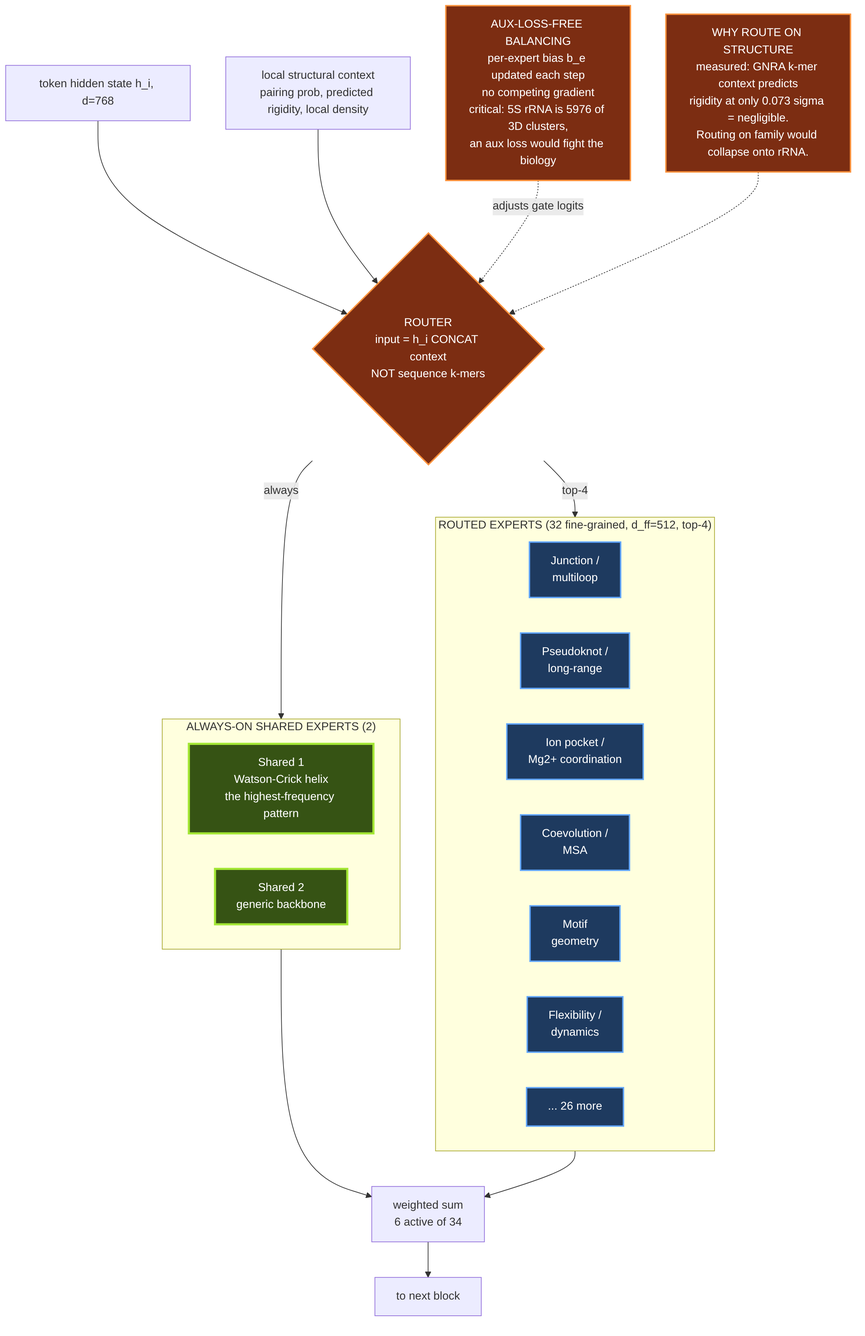
Earlier version of the Mermaid export research/architecture/diagrams/rendered/03-moe-routing.png (E-Motioner-X-SBS/sbs-rna). Its source is kept beside it as research/architecture/diagrams/03-moe-routing.mmd.
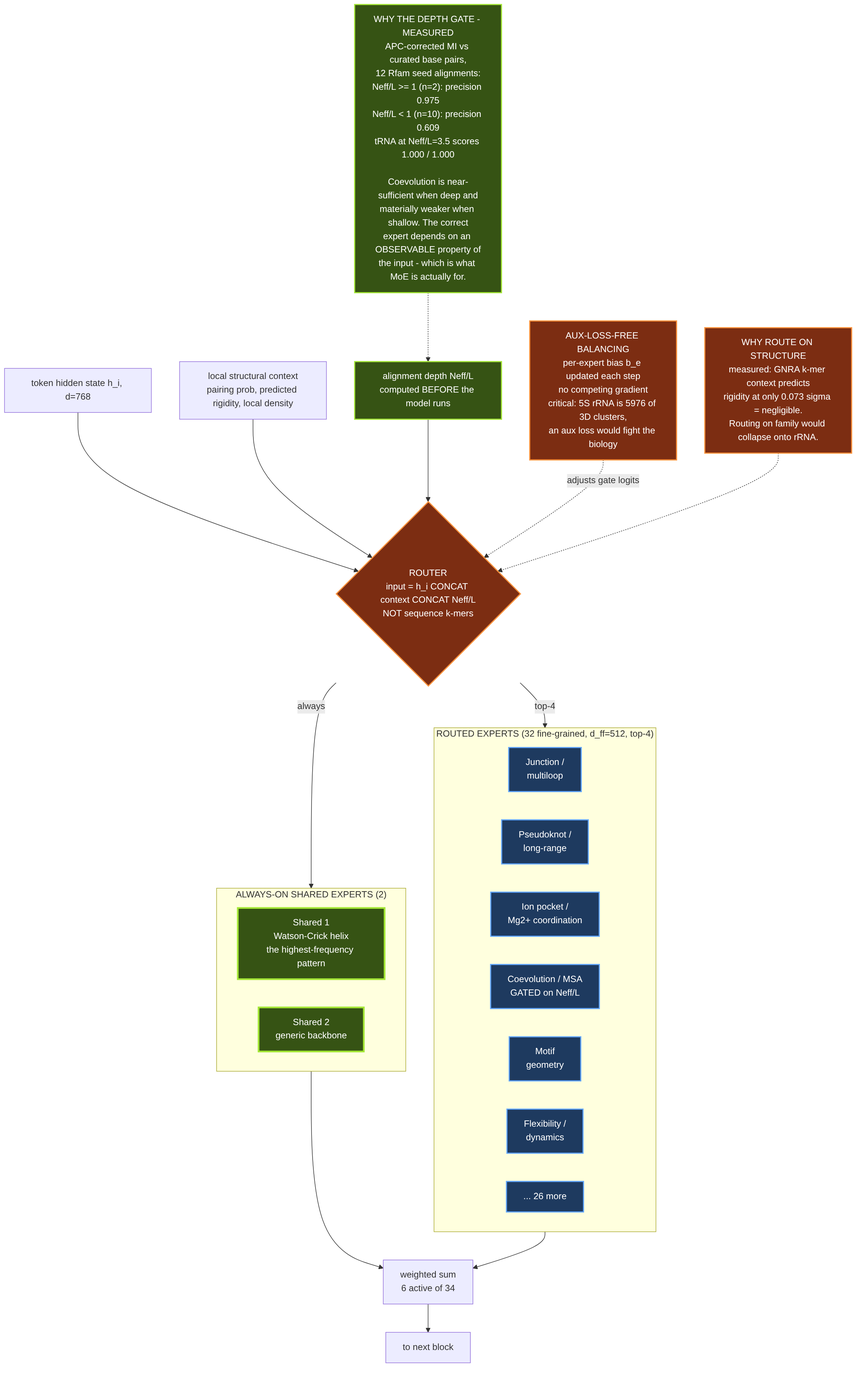
After the change.

Commit message:
Measure RNA coevolution signal and make it a routed, depth-gated expert

What changed in the source:
```diff
@@ -1,10 +1,12 @@
 graph TB
     TOK["token hidden state h_i, d=768"]
     CTX["local structural context<br/>pairing prob, predicted rigidity, local density"]
-    ROUTER{"ROUTER<br/>input = h_i CONCAT context<br/>NOT sequence k-mers"}
+    DEPTH["alignment depth Neff/L<br/>computed BEFORE the model runs"]
+    ROUTER{"ROUTER<br/>input = h_i CONCAT context CONCAT Neff/L<br/>NOT sequence k-mers"}
 
     TOK --> ROUTER
     CTX --> ROUTER
+    DEPTH --> ROUTER
 
     subgraph SHARED["ALWAYS-ON SHARED EXPERTS (2)"]
         S1["Shared 1<br/>Watson-Crick helix<br/>the highest-frequency pattern"]
@@ -15,7 +17,7 @@
         E1["Junction /<br/>multiloop"]
         E2["Pseudoknot /<br/>long-range"]
         E3["Ion pocket /<br/>Mg2+ coordination"]
-        E4["Coevolution /<br/>MSA"]
+        E4["Coevolution / MSA<br/>GATED on Neff/L"]
         E5["Motif<br/>geometry"]
         E6["Flexibility /<br/>dynamics"]
         EN["... 26 more"]
@@ -33,9 +35,14 @@
     RAT["WHY ROUTE ON STRUCTURE<br/>measured: GNRA k-mer context predicts<br/>rigidity at only 0.073 sigma = negligible.<br/>Routing on family would collapse onto rRNA."]
     RAT -.-> ROUTER
 
+    COEV["WHY THE DEPTH GATE - MEASURED<br/>APC-corrected MI vs curated base pairs,<br/>12 Rfam seed alignments:<br/>Neff/L >= 1 (n=2): precision 0.975<br/>Neff/L &lt; 1 (n=10): precision 0.609<br/>tRNA at Neff/L=3.5 scores 1.000 / 1.000<br/><br/>Coevolution is near-sufficient when deep and<br/>materially weaker when shallow. The correct<br/>expert depends on an OBSERVABLE property of<br/>the input - which is what MoE is actually for."]
+    COEV -.-> DEPTH
+
     classDef shared fill:#365314,stroke:#a3e635,stroke-width:3px,color:#fff
     classDef routed fill:#1e3a5f,stroke:#60a5fa,stroke-width:2px,color:#fff
     classDef ctrl fill:#7c2d12,stroke:#fb923c,stroke-width:2px,color:#fff
     class S1,S2 shared
     class E1,E2,E3,E4,E5,E6,EN routed
     class ROUTER,BAL,RAT ctrl
+    classDef meas fill:#365314,stroke:#a3e635,stroke-width:2px,color:#fff
+    class COEV,DEPTH meas
```
